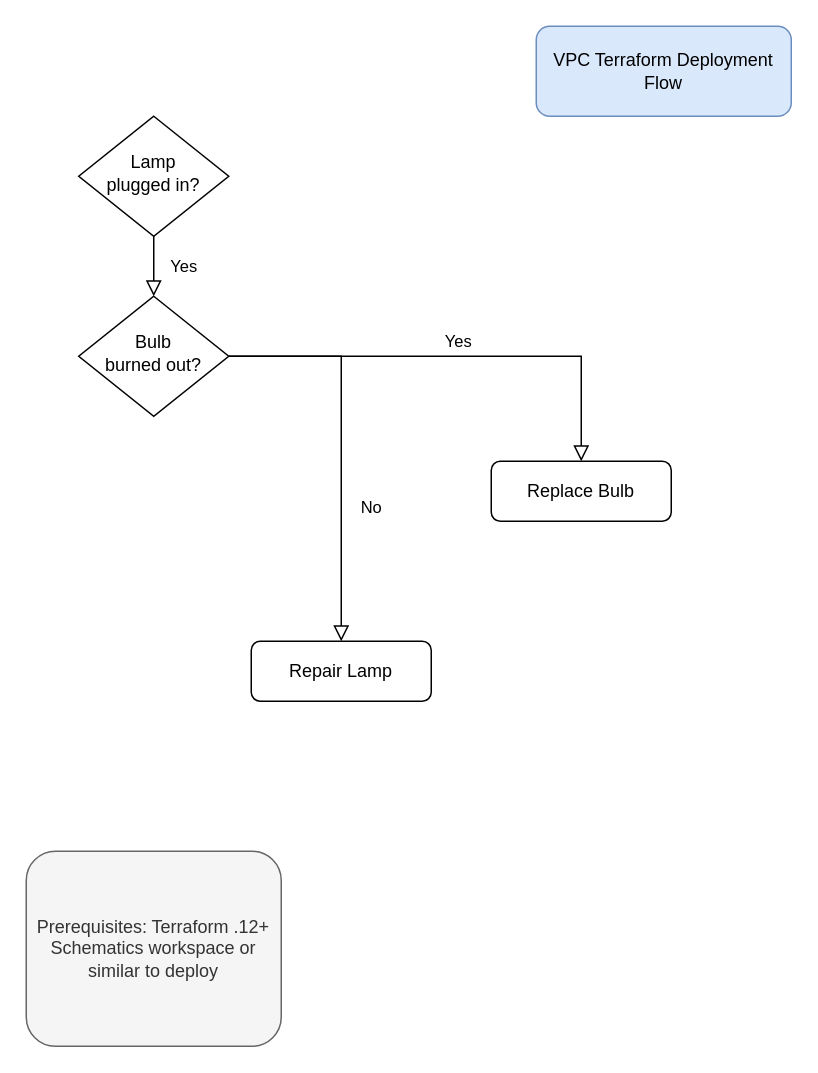
Above: Untitled Diagram.drawio in raezir/The-Hoodrat-Repository (draw.io), before the change. Source tidied: cells renumbered, new cells numbered last; positions are measured from the earlier drawing's top-left corner, leaving out a move shared by most shapes. Both pictures are drawn from the tidied source at 150%, with x=0, y=0 at pixel (26, 26).
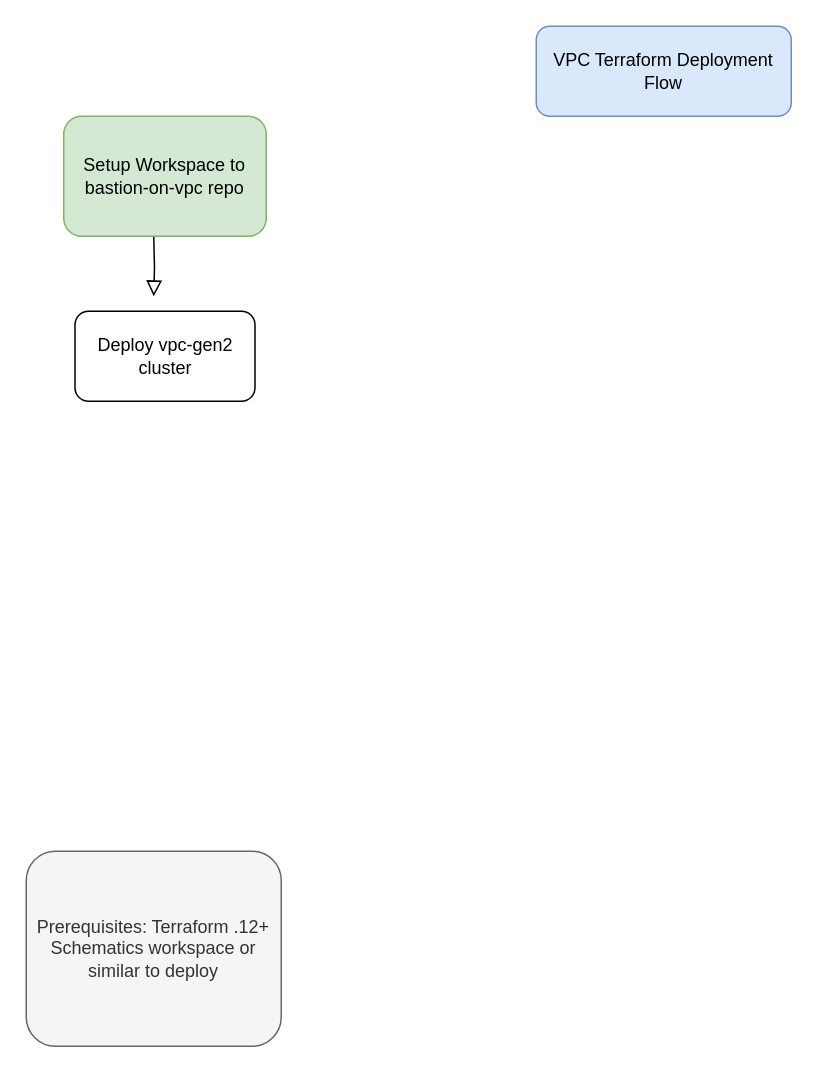
Above is the later version.

Diff of the diagram source:
```diff
@@
 <mxGraphModel>
   <root>
     <mxCell id="0" />
     <mxCell id="1" parent="0" />
     <mxCell id="2" value="Prerequisites: Terraform .12+&lt;br&gt;Schematics workspace or similar to deploy" style="rounded=1;whiteSpace=wrap;html=1;fontSize=12;glass=0;strokeWidth=1;shadow=0;align=center;fillColor=#f5f5f5;strokeColor=#666666;fontColor=#333333;" parent="1" vertex="1">
       <mxGeometry y="550" width="170" height="130" as="geometry" />
     </mxCell>
-    <mxCell id="3" value="Yes" style="rounded=0;html=1;jettySize=auto;fontSize=11;endArrow=block;endFill=0;endSize=8;strokeWidth=1;shadow=0;labelBackgroundColor=none;edgeStyle=orthogonalEdgeStyle;" parent="1" edge="1" source="4" target="7">
-      <mxGeometry y="20" relative="1" as="geometry" />
+    <mxCell id="3" style="rounded=0;html=1;jettySize=auto;orthogonalLoop=1;fontSize=11;endArrow=block;endFill=0;endSize=8;strokeWidth=1;shadow=0;labelBackgroundColor=none;edgeStyle=orthogonalEdgeStyle;" parent="1" edge="1">
+      <mxGeometry y="20" relative="1" as="geometry">
+        <mxPoint x="85" y="140" as="sourcePoint" />
+        <mxPoint x="85" y="180" as="targetPoint" />
+      </mxGeometry>
     </mxCell>
-    <mxCell id="4" value="Lamp&lt;br&gt;plugged in?" style="rhombus;whiteSpace=wrap;html=1;shadow=0;fontFamily=Helvetica;fontSize=12;align=center;strokeWidth=1;spacing=6;spacingTop=-4;" parent="1" vertex="1">
-      <mxGeometry x="35" y="60" width="100" height="80" as="geometry" />
-    </mxCell>
-    <mxCell id="5" value="No" style="rounded=0;html=1;jettySize=auto;fontSize=11;endArrow=block;endFill=0;endSize=8;strokeWidth=1;shadow=0;labelBackgroundColor=none;edgeStyle=orthogonalEdgeStyle;" parent="1" edge="1" source="7" target="8">
-      <mxGeometry x="0.33" y="20" relative="1" as="geometry" />
-    </mxCell>
-    <mxCell id="6" value="Yes" style="edgeStyle=orthogonalEdgeStyle;rounded=0;html=1;jettySize=auto;fontSize=11;endArrow=block;endFill=0;endSize=8;strokeWidth=1;shadow=0;labelBackgroundColor=none;" parent="1" edge="1" source="7" target="9">
-      <mxGeometry y="10" relative="1" as="geometry" />
-    </mxCell>
-    <mxCell id="7" value="Bulb&lt;br&gt;burned out?" style="rhombus;whiteSpace=wrap;html=1;shadow=0;fontFamily=Helvetica;fontSize=12;align=center;strokeWidth=1;spacing=6;spacingTop=-4;" parent="1" vertex="1">
-      <mxGeometry x="35" y="180" width="100" height="80" as="geometry" />
-    </mxCell>
-    <mxCell id="8" value="Repair Lamp" style="rounded=1;whiteSpace=wrap;html=1;fontSize=12;glass=0;strokeWidth=1;shadow=0;" parent="1" vertex="1">
-      <mxGeometry x="150" y="410" width="120" height="40" as="geometry" />
-    </mxCell>
-    <mxCell id="9" value="Replace Bulb" style="rounded=1;whiteSpace=wrap;html=1;fontSize=12;glass=0;strokeWidth=1;shadow=0;" parent="1" vertex="1">
-      <mxGeometry x="310" y="290" width="120" height="40" as="geometry" />
-    </mxCell>
     <mxCell id="10" value="VPC Terraform Deployment Flow" style="rounded=1;whiteSpace=wrap;html=1;fillColor=#dae8fc;strokeColor=#6c8ebf;" parent="1" vertex="1">
       <mxGeometry x="340" width="170" height="60" as="geometry" />
     </mxCell>
+    <mxCell id="11" value="Setup Workspace to bastion-on-vpc repo" style="rounded=1;whiteSpace=wrap;html=1;fillColor=#d5e8d4;strokeColor=#82b366;" parent="1" vertex="1">
+      <mxGeometry x="25" y="60" width="135" height="80" as="geometry" />
+    </mxCell>
+    <mxCell id="12" value="Deploy vpc-gen2 cluster" style="rounded=1;whiteSpace=wrap;html=1;" parent="1" vertex="1">
+      <mxGeometry x="32.5" y="190" width="120" height="60" as="geometry" />
+    </mxCell>
   </root>
 </mxGraphModel>
```
